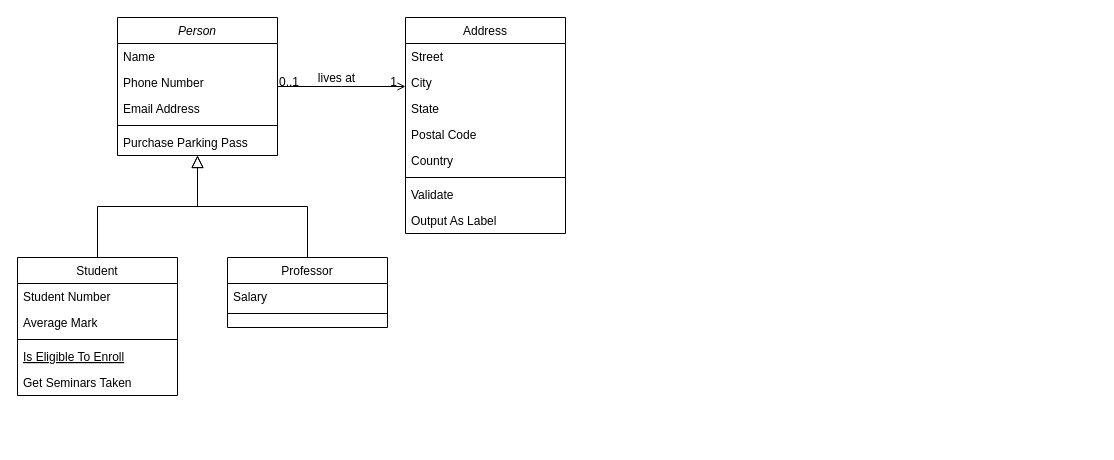
Before: usecasefinalproject.drawio in Not6629/git102, a draw.io diagram. Source tidied: cells renumbered, new cells numbered last; positions are measured from the earlier drawing's top-left corner, leaving out a move shared by most shapes. Both pictures are drawn from the tidied source at 100%, with x=0, y=0 at pixel (17, 17).
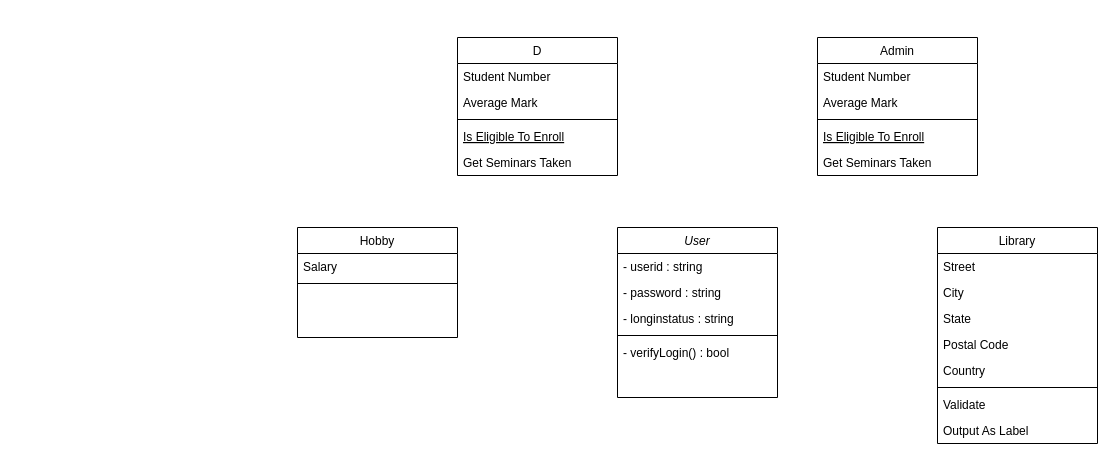
After the change.

The edit, as a diff of the source:
```diff
@@
-    <mxCell id="2" value="Person" style="swimlane;fontStyle=2;align=center;verticalAlign=top;horizontal=1;startSize=26;rounded=0;shadow=0;strokeWidth=1;" parent="1" vertex="1">
-      <mxGeometry x="100" width="160" height="138" as="geometry" />
+    <mxCell id="2" value="User" style="swimlane;fontStyle=2;align=center;verticalAlign=top;horizontal=1;startSize=26;rounded=0;shadow=0;strokeWidth=1;" parent="1" vertex="1">
+      <mxGeometry x="600" y="210" width="160" height="170" as="geometry" />
     </mxCell>
-    <mxCell id="3" value="Name" style="text;align=left;verticalAlign=top;spacingLeft=4;spacingRight=4;overflow=hidden;" parent="2" vertex="1">
+    <mxCell id="3" value="- userid : string" style="text;align=left;verticalAlign=top;spacingLeft=4;spacingRight=4;overflow=hidden;" parent="2" vertex="1">
       <mxGeometry y="26" width="160" height="26" as="geometry" />
     </mxCell>
-    <mxCell id="4" value="Phone Number" style="text;align=left;verticalAlign=top;spacingLeft=4;spacingRight=4;overflow=hidden;rounded=0;shadow=0;html=0;" parent="2" vertex="1">
+    <mxCell id="4" value="- password : string" style="text;align=left;verticalAlign=top;spacingLeft=4;spacingRight=4;overflow=hidden;rounded=0;shadow=0;html=0;" parent="2" vertex="1">
       <mxGeometry y="52" width="160" height="26" as="geometry" />
     </mxCell>
-    <mxCell id="5" value="Email Address" style="text;align=left;verticalAlign=top;spacingLeft=4;spacingRight=4;overflow=hidden;rounded=0;shadow=0;html=0;" parent="2" vertex="1">
+    <mxCell id="5" value="- longinstatus : string" style="text;align=left;verticalAlign=top;spacingLeft=4;spacingRight=4;overflow=hidden;rounded=0;shadow=0;html=0;" parent="2" vertex="1">
       <mxGeometry y="78" width="160" height="26" as="geometry" />
     </mxCell>
@@
-    <mxCell id="7" value="Purchase Parking Pass" style="text;align=left;verticalAlign=top;spacingLeft=4;spacingRight=4;overflow=hidden;" parent="2" vertex="1">
-      <mxGeometry y="112" width="160" height="26" as="geometry" />
+    <mxCell id="7" value="- verifyLogin() : bool" style="text;align=left;verticalAlign=top;spacingLeft=4;spacingRight=4;overflow=hidden;" parent="2" vertex="1">
+      <mxGeometry y="112" width="160" height="58" as="geometry" />
     </mxCell>
-    <mxCell id="8" value="Student" style="swimlane;fontStyle=0;align=center;verticalAlign=top;horizontal=1;startSize=26;rounded=0;shadow=0;strokeWidth=1;" parent="1" vertex="1">
-      <mxGeometry y="240" width="160" height="138" as="geometry" />
+    <mxCell id="8" value="D" style="swimlane;fontStyle=0;align=center;verticalAlign=top;horizontal=1;startSize=26;rounded=0;shadow=0;strokeWidth=1;" parent="1" vertex="1">
+      <mxGeometry x="440" y="20" width="160" height="138" as="geometry" />
     </mxCell>
@@
-    <mxCell id="14" style="endArrow=block;endSize=10;endFill=0;shadow=0;strokeWidth=1;rounded=0;edgeStyle=elbowEdgeStyle;elbow=vertical;" parent="1" edge="1" source="8" target="2">
-      <mxGeometry relative="1" as="geometry" />
-    </mxCell>
-    <mxCell id="15" value="Professor" style="swimlane;fontStyle=0;align=center;verticalAlign=top;horizontal=1;startSize=26;rounded=0;shadow=0;strokeWidth=1;" parent="1" vertex="1">
-      <mxGeometry x="210" y="240" width="160" height="70" as="geometry" />
+    <mxCell id="15" value="Hobby" style="swimlane;fontStyle=0;align=center;verticalAlign=top;horizontal=1;startSize=26;rounded=0;shadow=0;strokeWidth=1;" parent="1" vertex="1">
+      <mxGeometry x="280" y="210" width="160" height="110" as="geometry" />
     </mxCell>
@@
-    <mxCell id="18" style="endArrow=block;endSize=10;endFill=0;shadow=0;strokeWidth=1;rounded=0;edgeStyle=elbowEdgeStyle;elbow=vertical;" parent="1" edge="1" source="15" target="2">
-      <mxGeometry relative="1" as="geometry" />
-    </mxCell>
-    <mxCell id="19" value="Address" style="swimlane;fontStyle=0;align=center;verticalAlign=top;horizontal=1;startSize=26;rounded=0;shadow=0;strokeWidth=1;" parent="1" vertex="1">
-      <mxGeometry x="388" width="160" height="216" as="geometry" />
+    <mxCell id="19" value="Library" style="swimlane;fontStyle=0;align=center;verticalAlign=top;horizontal=1;startSize=26;rounded=0;shadow=0;strokeWidth=1;" parent="1" vertex="1">
+      <mxGeometry x="920" y="210" width="160" height="216" as="geometry" />
     </mxCell>
@@
-    <mxCell id="28" style="endArrow=open;shadow=0;strokeWidth=1;rounded=0;endFill=1;edgeStyle=elbowEdgeStyle;elbow=vertical;" parent="1" edge="1" source="2" target="19">
-      <mxGeometry x="0.5" y="41" relative="1" as="geometry">
-        <mxPoint x="-40" y="32" as="offset" />
-      </mxGeometry>
-    </mxCell>
-    <mxCell id="29" value="0..1" style="align=left;verticalAlign=bottom;labelBackgroundColor=none;fontSize=12;" parent="28" vertex="1">
-      <mxGeometry x="-1" relative="1" as="geometry">
-        <mxPoint y="4" as="offset" />
-      </mxGeometry>
-    </mxCell>
-    <mxCell id="30" value="1" style="align=right;verticalAlign=bottom;labelBackgroundColor=none;fontSize=12;" parent="28" vertex="1">
-      <mxGeometry x="1" relative="1" as="geometry">
-        <mxPoint x="-7" y="4" as="offset" />
-      </mxGeometry>
-    </mxCell>
-    <mxCell id="31" value="lives at" style="text;html=1;align=center;verticalAlign=middle;labelBackgroundColor=none;rounded=0;shadow=0;strokeWidth=1;fontSize=12;" parent="28" vertex="1">
-      <mxGeometry x="0.5" y="49" relative="1" as="geometry">
-        <mxPoint x="-38" y="40" as="offset" />
-      </mxGeometry>
-    </mxCell>
+    <mxCell id="32" value="Admin" style="swimlane;fontStyle=0;align=center;verticalAlign=top;horizontal=1;startSize=26;rounded=0;shadow=0;strokeWidth=1;" parent="1" vertex="1">
+      <mxGeometry x="800" y="20" width="160" height="138" as="geometry" />
+    </mxCell>
+    <mxCell id="33" value="Student Number" style="text;align=left;verticalAlign=top;spacingLeft=4;spacingRight=4;overflow=hidden;" parent="32" vertex="1">
+      <mxGeometry y="26" width="160" height="26" as="geometry" />
+    </mxCell>
+    <mxCell id="34" value="Average Mark" style="text;align=left;verticalAlign=top;spacingLeft=4;spacingRight=4;overflow=hidden;rounded=0;shadow=0;html=0;" parent="32" vertex="1">
+      <mxGeometry y="52" width="160" height="26" as="geometry" />
+    </mxCell>
+    <mxCell id="35" style="line;html=1;strokeWidth=1;align=left;verticalAlign=middle;spacingTop=-1;spacingLeft=3;spacingRight=3;labelPosition=right;" parent="32" vertex="1">
+      <mxGeometry y="78" width="160" height="8" as="geometry" />
+    </mxCell>
+    <mxCell id="36" value="Is Eligible To Enroll" style="text;align=left;verticalAlign=top;spacingLeft=4;spacingRight=4;overflow=hidden;fontStyle=4;" parent="32" vertex="1">
+      <mxGeometry y="86" width="160" height="26" as="geometry" />
+    </mxCell>
+    <mxCell id="37" value="Get Seminars Taken" style="text;align=left;verticalAlign=top;spacingLeft=4;spacingRight=4;overflow=hidden;" parent="32" vertex="1">
+      <mxGeometry y="112" width="160" height="26" as="geometry" />
+    </mxCell>
```
